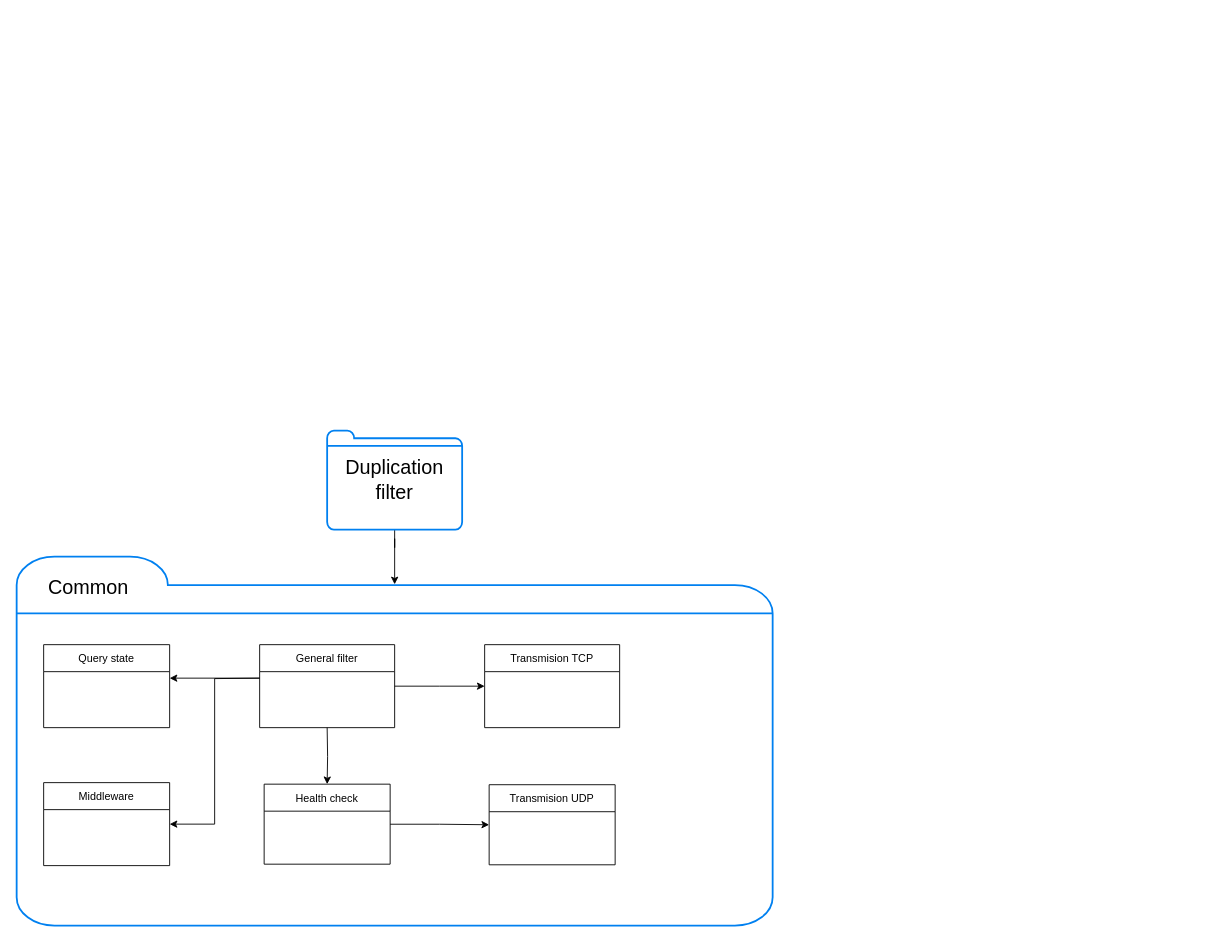
The draw.io diagram imgs/packages.drawio in FrancoBar/Distribuidos-Tp2, before the edit. Source tidied: cells renumbered, new cells numbered last; positions are measured from the earlier drawing's top-left corner, leaving out a move shared by most shapes. Both pictures are drawn from the tidied source at 90%, with x=0, y=0 at pixel (16, 430).
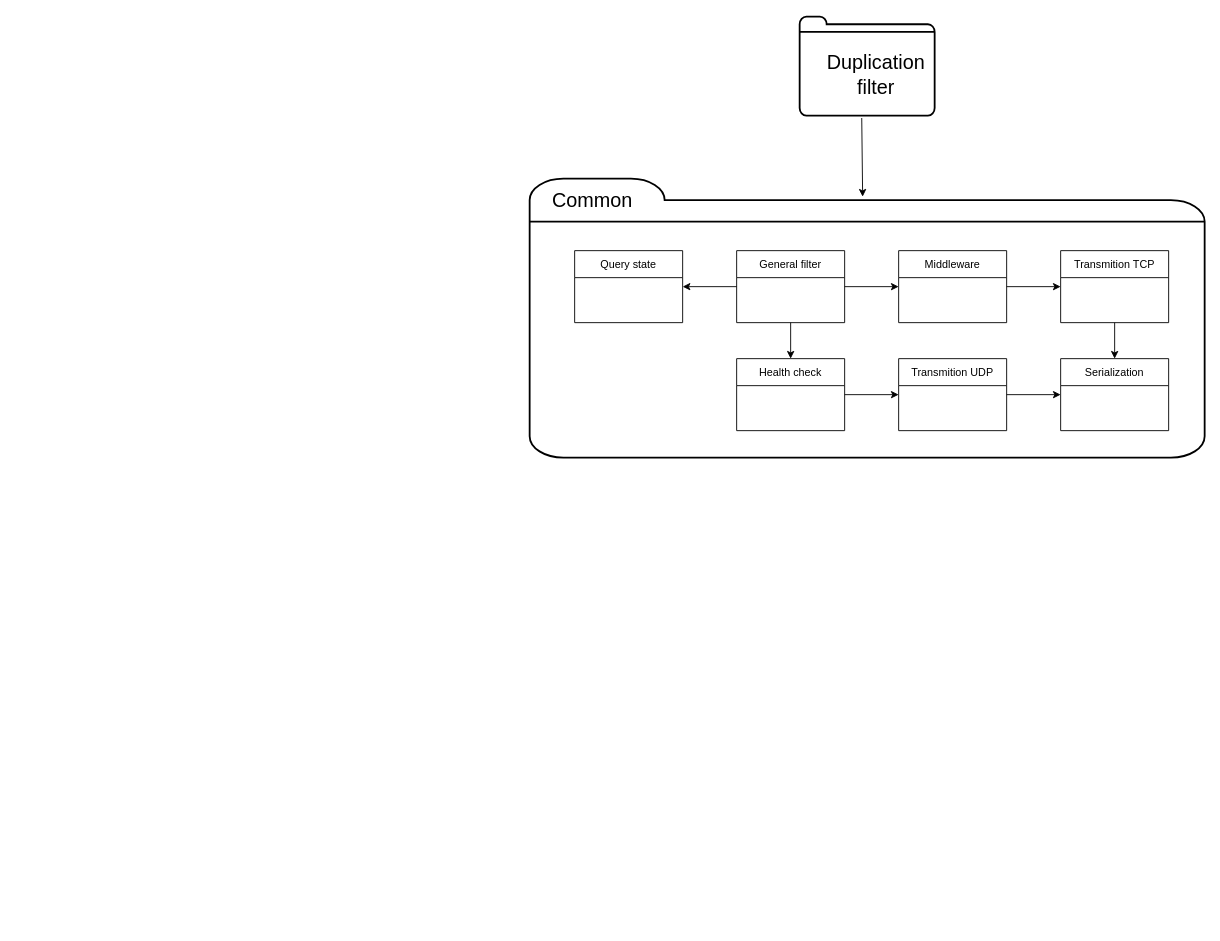
After the change.

Change to the diagram source:
```diff
@@
-    <mxCell id="2" style="html=1;verticalLabelPosition=bottom;align=center;labelBackgroundColor=#ffffff;verticalAlign=top;strokeWidth=2;strokeColor=#0080F0;shadow=0;dashed=0;shape=mxgraph.ios7.icons.folder;" parent="1" vertex="1">
-      <mxGeometry y="140" width="840" height="410" as="geometry" />
+    <mxCell id="2" style="html=1;verticalLabelPosition=bottom;align=center;labelBackgroundColor=#ffffff;verticalAlign=top;strokeWidth=2;shadow=0;dashed=0;shape=mxgraph.ios7.icons.folder;" parent="1" vertex="1">
+      <mxGeometry x="570" y="-280" width="750" height="310" as="geometry" />
     </mxCell>
-    <mxCell id="3" value="Common" style="text;html=1;strokeColor=none;fillColor=none;align=center;verticalAlign=middle;whiteSpace=wrap;rounded=0;fontSize=22;" parent="1" vertex="1">
-      <mxGeometry x="50" y="160" width="60" height="30" as="geometry" />
-    </mxCell>
-    <mxCell id="4" style="edgeStyle=orthogonalEdgeStyle;rounded=0;orthogonalLoop=1;jettySize=auto;html=1;fontSize=22;" parent="1" edge="1">
-      <mxGeometry relative="1" as="geometry">
-        <mxPoint x="270" y="275" as="sourcePoint" />
-        <mxPoint x="170" y="275" as="targetPoint" />
-      </mxGeometry>
-    </mxCell>
-    <mxCell id="5" style="edgeStyle=orthogonalEdgeStyle;rounded=0;jettySize=auto;html=1;fontSize=22;entryX=0.5;entryY=0;entryDx=0;entryDy=0;" parent="1" edge="1" target="16">
-      <mxGeometry relative="1" as="geometry">
-        <mxPoint x="345" y="330" as="sourcePoint" />
-      </mxGeometry>
-    </mxCell>
-    <mxCell id="6" style="edgeStyle=orthogonalEdgeStyle;rounded=0;jettySize=auto;html=1;entryX=1;entryY=0.5;entryDx=0;entryDy=0;fontSize=22;" parent="1" edge="1" target="14">
-      <mxGeometry relative="1" as="geometry">
-        <mxPoint x="270" y="275" as="sourcePoint" />
-      </mxGeometry>
-    </mxCell>
-    <mxCell id="7" style="edgeStyle=orthogonalEdgeStyle;rounded=0;jettySize=auto;html=1;entryX=0.5;entryY=0.075;entryDx=0;entryDy=0;entryPerimeter=0;fontSize=22;" parent="1" edge="1" source="8" target="2">
-      <mxGeometry relative="1" as="geometry" />
-    </mxCell>
-    <mxCell id="8" style="html=1;verticalLabelPosition=bottom;align=center;labelBackgroundColor=#ffffff;verticalAlign=top;strokeWidth=2;strokeColor=#0080F0;shadow=0;dashed=0;shape=mxgraph.ios7.icons.folder;fontSize=22;" parent="1" vertex="1">
-      <mxGeometry x="345" width="150" height="110" as="geometry" />
+    <mxCell id="8" style="html=1;verticalLabelPosition=bottom;align=center;labelBackgroundColor=#ffffff;verticalAlign=top;strokeWidth=2;shadow=0;dashed=0;shape=mxgraph.ios7.icons.folder;fontSize=22;" parent="1" vertex="1">
+      <mxGeometry x="870" y="-460" width="150" height="110" as="geometry" />
     </mxCell>
-    <mxCell id="9" value="Duplication filter" style="text;html=1;strokeColor=none;fillColor=none;align=center;verticalAlign=middle;whiteSpace=wrap;rounded=0;fontSize=22;" parent="1" vertex="1">
-      <mxGeometry x="360" y="30" width="120" height="50" as="geometry" />
+    <mxCell id="9" value="Duplication filter" style="text;html=1;align=center;verticalAlign=middle;whiteSpace=wrap;rounded=0;fontSize=22;" parent="1" vertex="1">
+      <mxGeometry x="895" y="-420" width="120" height="50" as="geometry" />
     </mxCell>
+    <mxCell id="18" style="edgeStyle=orthogonalEdgeStyle;rounded=0;jettySize=auto;html=1;entryX=0;entryY=0.5;entryDx=0;entryDy=0;" parent="1" edge="1" source="12" target="14">
+      <mxGeometry relative="1" as="geometry" />
+    </mxCell>
+    <mxCell id="19" style="edgeStyle=orthogonalEdgeStyle;rounded=0;jettySize=auto;html=1;entryX=1;entryY=0.5;entryDx=0;entryDy=0;" parent="1" edge="1" source="12" target="10">
+      <mxGeometry relative="1" as="geometry" />
+    </mxCell>
+    <mxCell id="20" style="edgeStyle=orthogonalEdgeStyle;rounded=0;jettySize=auto;html=1;entryX=0.5;entryY=0;entryDx=0;entryDy=0;" parent="1" edge="1" source="12" target="16">
+      <mxGeometry relative="1" as="geometry" />
+    </mxCell>
+    <mxCell id="12" value="General filter" style="swimlane;fontStyle=0;horizontal=1;startSize=30;" parent="1" vertex="1">
+      <mxGeometry x="800" y="-200" width="120" height="80" as="geometry" />
+    </mxCell>
+    <mxCell id="21" style="edgeStyle=orthogonalEdgeStyle;rounded=0;jettySize=auto;html=1;" parent="1" edge="1" source="22" target="28">
+      <mxGeometry relative="1" as="geometry" />
+    </mxCell>
+    <mxCell id="22" value="Transmition TCP" style="swimlane;fontStyle=0;horizontal=1;startSize=30;" parent="1" vertex="1">
+      <mxGeometry x="1160" y="-200" width="120" height="80" as="geometry" />
+    </mxCell>
+    <mxCell id="23" style="edgeStyle=orthogonalEdgeStyle;rounded=0;jettySize=auto;html=1;entryX=0;entryY=0.5;entryDx=0;entryDy=0;" parent="1" edge="1" source="24" target="28">
+      <mxGeometry relative="1" as="geometry" />
+    </mxCell>
+    <mxCell id="24" value="Transmition UDP" style="swimlane;fontStyle=0;horizontal=1;startSize=30;" parent="1" vertex="1">
+      <mxGeometry x="980" y="-80" width="120" height="80" as="geometry" />
+    </mxCell>
+    <mxCell id="25" style="edgeStyle=orthogonalEdgeStyle;rounded=0;jettySize=auto;html=1;entryX=0;entryY=0.5;entryDx=0;entryDy=0;" parent="1" edge="1" source="16" target="24">
+      <mxGeometry relative="1" as="geometry" />
+    </mxCell>
+    <mxCell id="16" value="Health check" style="swimlane;fontStyle=0;horizontal=1;startSize=30;" parent="1" vertex="1">
+      <mxGeometry x="800" y="-80" width="120" height="80" as="geometry" />
+    </mxCell>
     <mxCell id="10" value="Query state" style="swimlane;fontStyle=0;horizontal=1;startSize=30;" parent="1" vertex="1">
-      <mxGeometry x="30" y="237.8" width="140" height="92.2" as="geometry" />
+      <mxGeometry x="620" y="-200" width="120" height="80" as="geometry" />
     </mxCell>
-    <mxCell id="11" style="edgeStyle=orthogonalEdgeStyle;rounded=0;jettySize=auto;html=1;entryX=0;entryY=0.5;entryDx=0;entryDy=0;fontSize=22;" parent="1" edge="1" source="12" target="13">
-      <mxGeometry relative="1" as="geometry" />
-    </mxCell>
-    <mxCell id="12" value="General filter" style="swimlane;fontStyle=0;horizontal=1;startSize=30;" parent="1" vertex="1">
-      <mxGeometry x="270" y="237.8" width="150" height="92.2" as="geometry" />
-    </mxCell>
-    <mxCell id="13" value="Transmision TCP" style="swimlane;fontStyle=0;horizontal=1;startSize=30;" parent="1" vertex="1">
-      <mxGeometry x="520" y="237.8" width="150" height="92.2" as="geometry" />
-    </mxCell>
+    <mxCell id="26" style="edgeStyle=orthogonalEdgeStyle;rounded=0;jettySize=auto;html=1;entryX=0;entryY=0.5;entryDx=0;entryDy=0;" parent="1" edge="1" source="14" target="22">
+      <mxGeometry relative="1" as="geometry" />
+    </mxCell>
     <mxCell id="14" value="Middleware" style="swimlane;fontStyle=0;horizontal=1;startSize=30;" parent="1" vertex="1">
-      <mxGeometry x="30" y="391.1" width="140" height="92.2" as="geometry" />
+      <mxGeometry x="980" y="-200" width="120" height="80" as="geometry" />
     </mxCell>
-    <mxCell id="15" style="edgeStyle=orthogonalEdgeStyle;rounded=0;jettySize=auto;html=1;entryX=0;entryY=0.5;entryDx=0;entryDy=0;fontSize=22;" parent="1" edge="1" source="16" target="17">
-      <mxGeometry relative="1" as="geometry" />
-    </mxCell>
-    <mxCell id="16" value="Health check" style="swimlane;fontStyle=0;horizontal=1;startSize=30;" parent="1" vertex="1">
-      <mxGeometry x="275" y="392.8" width="140" height="88.9" as="geometry" />
-    </mxCell>
-    <mxCell id="17" value="Transmision UDP" style="swimlane;fontStyle=0;horizontal=1;startSize=30;" parent="1" vertex="1">
-      <mxGeometry x="525" y="393.4" width="140" height="89" as="geometry" />
-    </mxCell>
+    <mxCell id="3" value="Common" style="text;html=1;align=center;verticalAlign=middle;whiteSpace=wrap;rounded=0;fontSize=22;" parent="1" vertex="1">
+      <mxGeometry x="610" y="-270" width="60" height="30" as="geometry" />
+    </mxCell>
+    <mxCell id="27" style="endArrow=classic;html=1;rounded=0;exitX=0.46;exitY=1.024;exitDx=0;exitDy=0;exitPerimeter=0;" parent="1" edge="1" source="8">
+      <mxGeometry relative="1" as="geometry">
+        <mxPoint x="940" y="-260" as="targetPoint" />
+      </mxGeometry>
+    </mxCell>
+    <mxCell id="28" value="Serialization" style="swimlane;fontStyle=0;horizontal=1;startSize=30;" parent="1" vertex="1">
+      <mxGeometry x="1160" y="-80" width="120" height="80" as="geometry" />
+    </mxCell>
```
